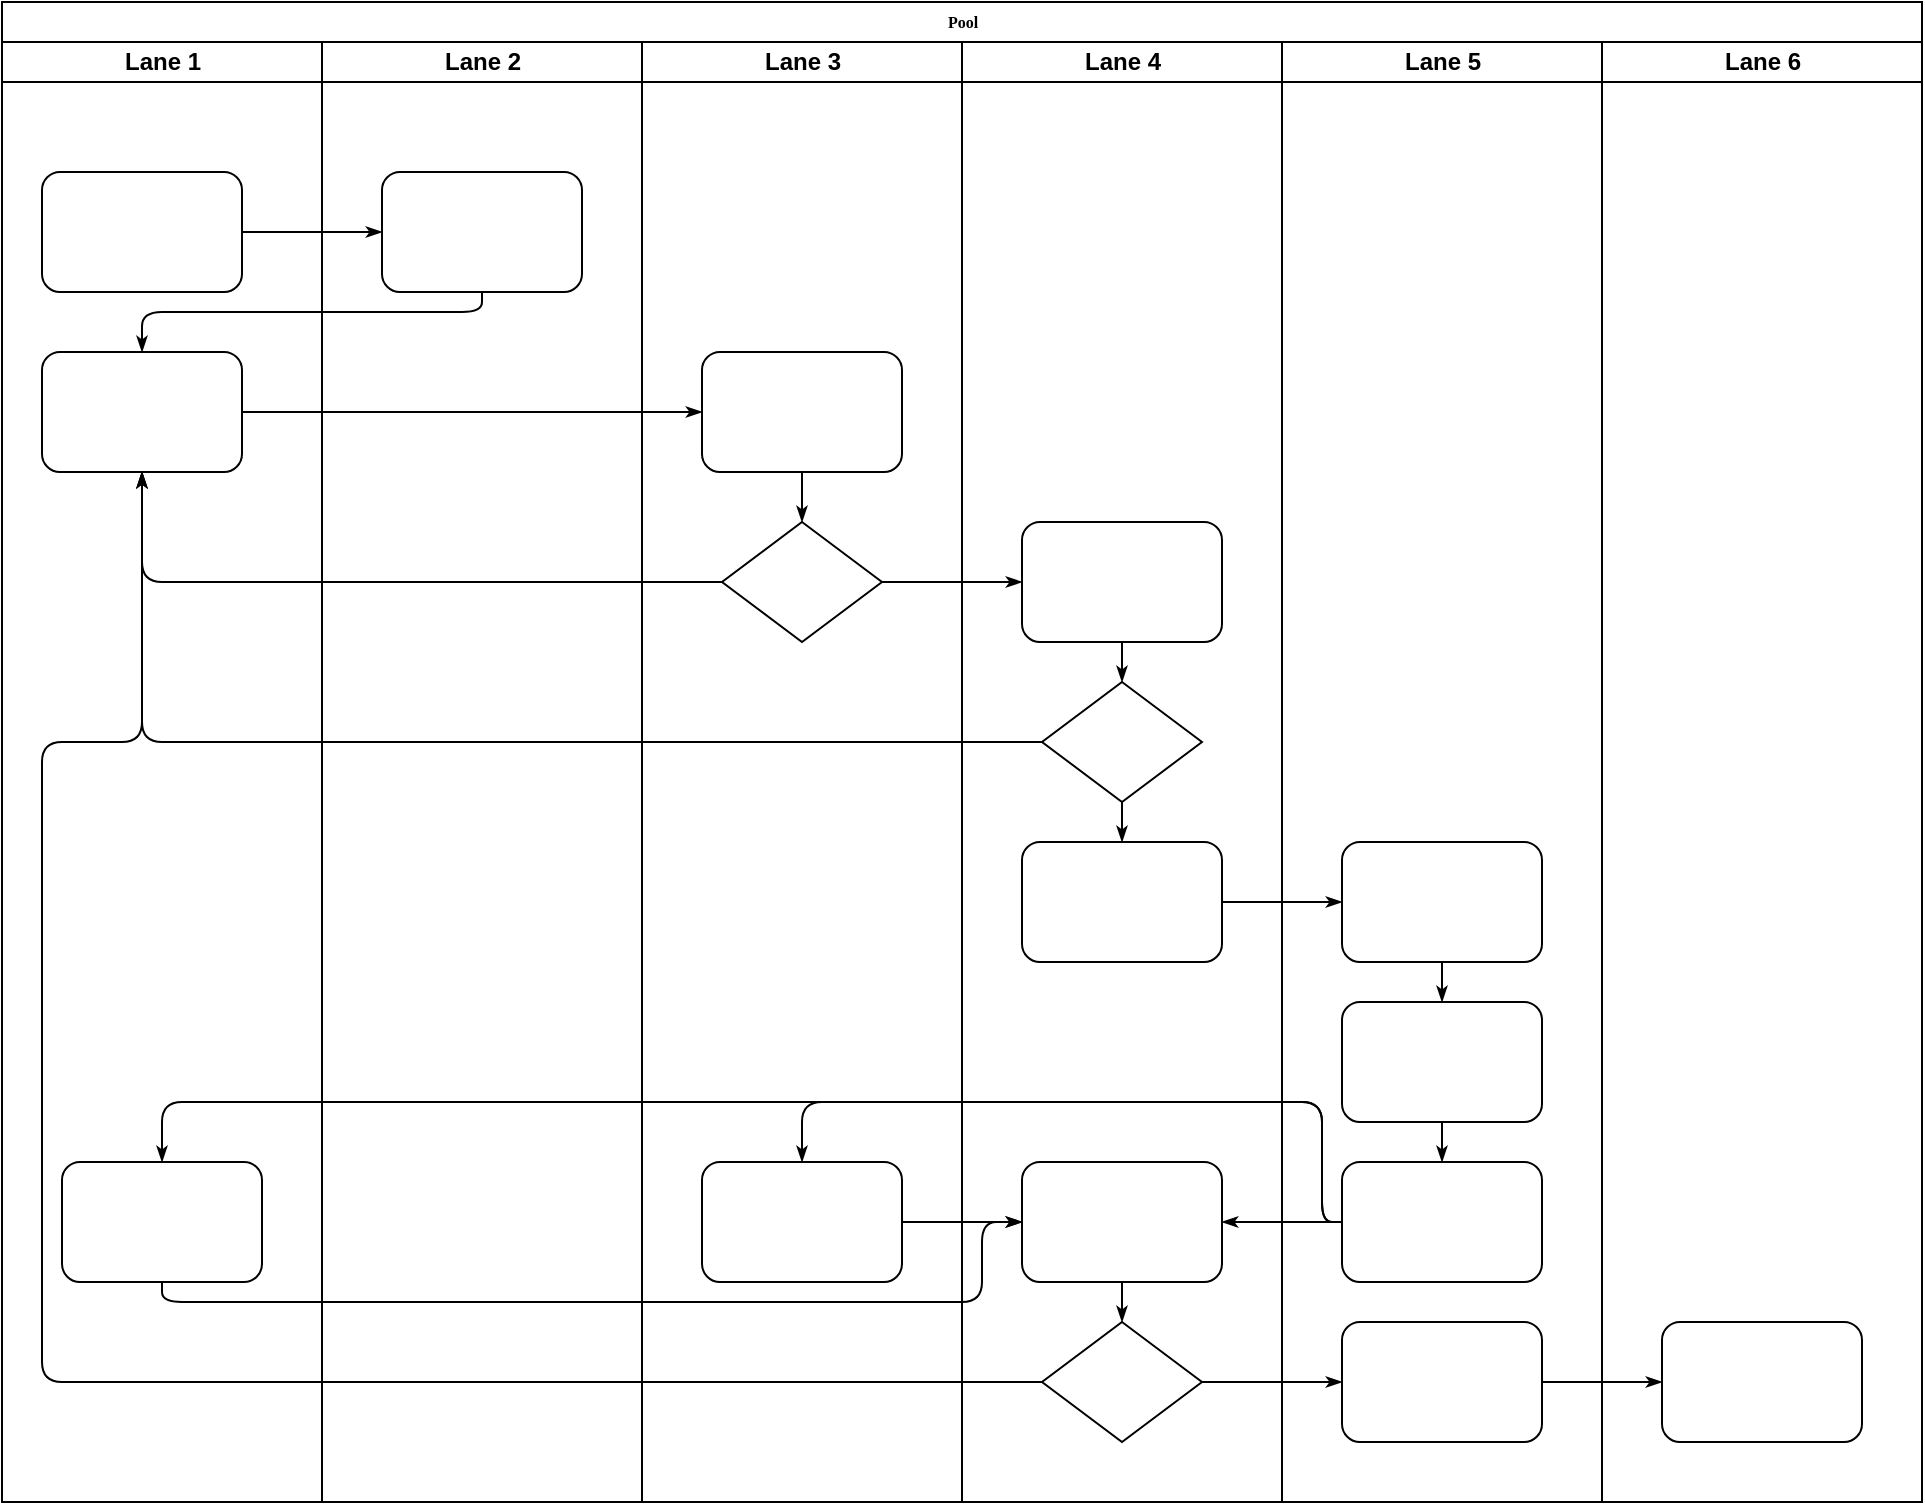
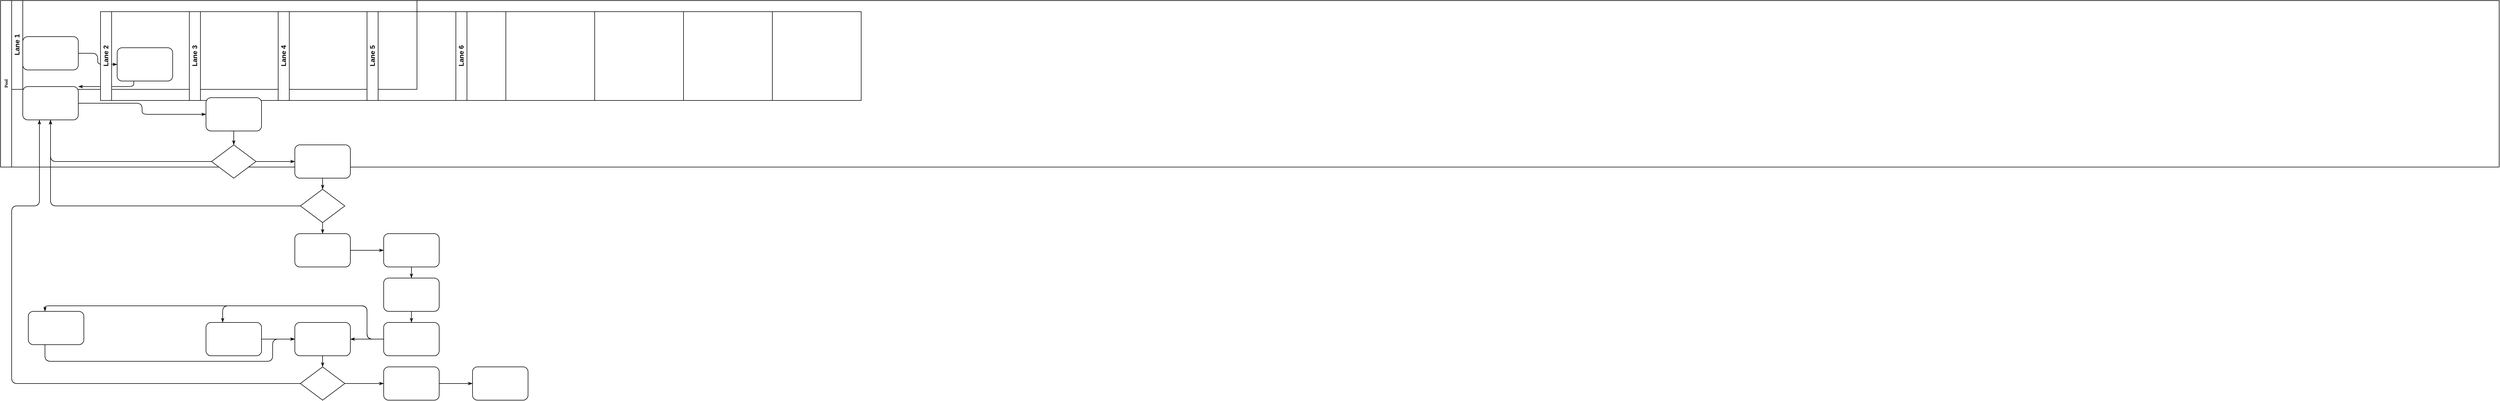
<mxfile host="localhost" modified="2021-05-13T06:26:17.307Z" agent="5.0 (Windows NT 10.0; Win64; x64) AppleWebKit/537.36 (KHTML, like Gecko) Chrome/90.0.4430.212 Safari/537.36" etag="BCXAXoKLO9oIDc7atNh_" version="@DRAWIO-VERSION@" type="device">
  <diagram name="Page-1" id="74e2e168-ea6b-b213-b513-2b3c1d86103e">
    <mxGraphModel dx="1408" dy="748" grid="1" gridSize="10" guides="1" tooltips="1" connect="1" arrows="1" fold="1" page="1" pageScale="1" pageWidth="1100" pageHeight="850" background="none" math="0" shadow="0">
      <root>
        <mxCell id="0" />
        <mxCell id="1" parent="0" />
-         <mxCell id="77e6c97f196da883-1" value="Pool" style="swimlane;html=1;childLayout=stackLayout;horizontal=1;startSize=20;horizontalStack=0;rounded=0;shadow=0;labelBackgroundColor=none;strokeWidth=1;fontFamily=Verdana;fontSize=8;align=center;" parent="1" vertex="1">
-           <mxGeometry x="70" y="40" width="960" height="750" as="geometry" />
+         <mxCell id="77e6c97f196da883-1" value="Pool" style="swimlane;html=1;childLayout=stackLayout;horizontal=0;startSize=20;horizontalStack=0;rounded=0;shadow=0;labelBackgroundColor=none;strokeWidth=1;fontFamily=Verdana;fontSize=8;align=center;" parent="1" vertex="1">
+           <mxGeometry x="40" y="40" width="4500" height="300" as="geometry" />
        </mxCell>
-         <mxCell id="77e6c97f196da883-2" value="Lane 1" style="swimlane;html=1;startSize=20;horizontal=1;" parent="77e6c97f196da883-1" vertex="1">
-           <mxGeometry y="20" width="160" height="730" as="geometry" />
+         <mxCell id="77e6c97f196da883-2" value="Lane 1" style="swimlane;html=1;startSize=20;horizontal=0;" parent="77e6c97f196da883-1" vertex="1">
+           <mxGeometry x="20" width="730" height="160" as="geometry" />
        </mxCell>
        <mxCell id="77e6c97f196da883-8" value="" style="rounded=1;whiteSpace=wrap;html=1;shadow=0;labelBackgroundColor=none;strokeWidth=1;fontFamily=Verdana;fontSize=8;align=center;" parent="77e6c97f196da883-2" vertex="1">
          <mxGeometry x="20" y="65" width="100" height="60" as="geometry" />
        </mxCell>
        <mxCell id="77e6c97f196da883-9" value="" style="rounded=1;whiteSpace=wrap;html=1;shadow=0;labelBackgroundColor=none;strokeWidth=1;fontFamily=Verdana;fontSize=8;align=center;" parent="77e6c97f196da883-2" vertex="1">
          <mxGeometry x="20" y="155" width="100" height="60" as="geometry" />
        </mxCell>
        <mxCell id="77e6c97f196da883-10" value="" style="rounded=1;whiteSpace=wrap;html=1;shadow=0;labelBackgroundColor=none;strokeWidth=1;fontFamily=Verdana;fontSize=8;align=center;" parent="77e6c97f196da883-2" vertex="1">
          <mxGeometry x="30" y="560" width="100" height="60" as="geometry" />
        </mxCell>
        <mxCell id="77e6c97f196da883-26" style="edgeStyle=orthogonalEdgeStyle;rounded=1;html=1;labelBackgroundColor=none;startArrow=none;startFill=0;startSize=5;endArrow=classicThin;endFill=1;endSize=5;jettySize=auto;orthogonalLoop=1;strokeWidth=1;fontFamily=Verdana;fontSize=8" parent="77e6c97f196da883-1" source="77e6c97f196da883-8" target="77e6c97f196da883-11" edge="1">
          <mxGeometry relative="1" as="geometry" />
        </mxCell>
        <mxCell id="77e6c97f196da883-27" style="edgeStyle=orthogonalEdgeStyle;rounded=1;html=1;labelBackgroundColor=none;startArrow=none;startFill=0;startSize=5;endArrow=classicThin;endFill=1;endSize=5;jettySize=auto;orthogonalLoop=1;strokeWidth=1;fontFamily=Verdana;fontSize=8" parent="77e6c97f196da883-1" source="77e6c97f196da883-11" target="77e6c97f196da883-9" edge="1">
          <mxGeometry relative="1" as="geometry">
            <Array as="points">
              <mxPoint x="240" y="155" />
              <mxPoint x="70" y="155" />
            </Array>
          </mxGeometry>
        </mxCell>
        <mxCell id="77e6c97f196da883-28" style="edgeStyle=orthogonalEdgeStyle;rounded=1;html=1;labelBackgroundColor=none;startArrow=none;startFill=0;startSize=5;endArrow=classicThin;endFill=1;endSize=5;jettySize=auto;orthogonalLoop=1;strokeWidth=1;fontFamily=Verdana;fontSize=8" parent="77e6c97f196da883-1" source="77e6c97f196da883-9" target="77e6c97f196da883-12" edge="1">
          <mxGeometry relative="1" as="geometry" />
        </mxCell>
        <mxCell id="77e6c97f196da883-30" style="edgeStyle=orthogonalEdgeStyle;rounded=1;html=1;labelBackgroundColor=none;startArrow=none;startFill=0;startSize=5;endArrow=classicThin;endFill=1;endSize=5;jettySize=auto;orthogonalLoop=1;strokeWidth=1;fontFamily=Verdana;fontSize=8" parent="77e6c97f196da883-1" source="77e6c97f196da883-13" target="77e6c97f196da883-9" edge="1">
          <mxGeometry relative="1" as="geometry" />
        </mxCell>
        <mxCell id="77e6c97f196da883-31" style="edgeStyle=orthogonalEdgeStyle;rounded=1;html=1;labelBackgroundColor=none;startArrow=none;startFill=0;startSize=5;endArrow=classicThin;endFill=1;endSize=5;jettySize=auto;orthogonalLoop=1;strokeWidth=1;fontFamily=Verdana;fontSize=8" parent="77e6c97f196da883-1" source="77e6c97f196da883-16" target="77e6c97f196da883-9" edge="1">
          <mxGeometry relative="1" as="geometry" />
        </mxCell>
        <mxCell id="77e6c97f196da883-32" style="edgeStyle=orthogonalEdgeStyle;rounded=1;html=1;labelBackgroundColor=none;startArrow=none;startFill=0;startSize=5;endArrow=classicThin;endFill=1;endSize=5;jettySize=auto;orthogonalLoop=1;strokeWidth=1;fontFamily=Verdana;fontSize=8" parent="77e6c97f196da883-1" source="77e6c97f196da883-20" target="77e6c97f196da883-9" edge="1">
          <mxGeometry relative="1" as="geometry">
            <Array as="points">
              <mxPoint x="20" y="690" />
              <mxPoint x="20" y="370" />
              <mxPoint x="70" y="370" />
            </Array>
          </mxGeometry>
        </mxCell>
        <mxCell id="77e6c97f196da883-33" style="edgeStyle=orthogonalEdgeStyle;rounded=1;html=1;labelBackgroundColor=none;startArrow=none;startFill=0;startSize=5;endArrow=classicThin;endFill=1;endSize=5;jettySize=auto;orthogonalLoop=1;strokeWidth=1;fontFamily=Verdana;fontSize=8" parent="77e6c97f196da883-1" source="77e6c97f196da883-13" target="77e6c97f196da883-15" edge="1">
          <mxGeometry relative="1" as="geometry" />
        </mxCell>
        <mxCell id="77e6c97f196da883-39" style="edgeStyle=orthogonalEdgeStyle;rounded=1;html=1;labelBackgroundColor=none;startArrow=none;startFill=0;startSize=5;endArrow=classicThin;endFill=1;endSize=5;jettySize=auto;orthogonalLoop=1;strokeWidth=1;fontFamily=Verdana;fontSize=8" parent="77e6c97f196da883-1" source="77e6c97f196da883-20" target="77e6c97f196da883-23" edge="1">
          <mxGeometry relative="1" as="geometry" />
        </mxCell>
        <mxCell id="77e6c97f196da883-40" style="edgeStyle=orthogonalEdgeStyle;rounded=1;html=1;labelBackgroundColor=none;startArrow=none;startFill=0;startSize=5;endArrow=classicThin;endFill=1;endSize=5;jettySize=auto;orthogonalLoop=1;strokeWidth=1;fontFamily=Verdana;fontSize=8" parent="77e6c97f196da883-1" source="77e6c97f196da883-23" target="77e6c97f196da883-24" edge="1">
          <mxGeometry relative="1" as="geometry" />
        </mxCell>
        <mxCell id="107ba76e4e335f99-1" style="edgeStyle=orthogonalEdgeStyle;rounded=1;html=1;labelBackgroundColor=none;startArrow=none;startFill=0;startSize=5;endArrow=classicThin;endFill=1;endSize=5;jettySize=auto;orthogonalLoop=1;strokeWidth=1;fontFamily=Verdana;fontSize=8" parent="77e6c97f196da883-1" source="77e6c97f196da883-17" target="77e6c97f196da883-18" edge="1">
          <mxGeometry relative="1" as="geometry" />
        </mxCell>
        <mxCell id="107ba76e4e335f99-2" style="edgeStyle=orthogonalEdgeStyle;rounded=1;html=1;labelBackgroundColor=none;startArrow=none;startFill=0;startSize=5;endArrow=classicThin;endFill=1;endSize=5;jettySize=auto;orthogonalLoop=1;strokeWidth=1;fontFamily=Verdana;fontSize=8" parent="77e6c97f196da883-1" source="77e6c97f196da883-22" target="77e6c97f196da883-14" edge="1">
          <mxGeometry relative="1" as="geometry">
            <Array as="points">
              <mxPoint x="660" y="610" />
              <mxPoint x="660" y="550" />
              <mxPoint x="400" y="550" />
            </Array>
          </mxGeometry>
        </mxCell>
        <mxCell id="107ba76e4e335f99-3" style="edgeStyle=orthogonalEdgeStyle;rounded=1;html=1;labelBackgroundColor=none;startArrow=none;startFill=0;startSize=5;endArrow=classicThin;endFill=1;endSize=5;jettySize=auto;orthogonalLoop=1;strokeColor=#000000;strokeWidth=1;fontFamily=Verdana;fontSize=8;fontColor=#000000;" parent="77e6c97f196da883-1" source="77e6c97f196da883-22" target="77e6c97f196da883-19" edge="1">
          <mxGeometry relative="1" as="geometry" />
        </mxCell>
        <mxCell id="107ba76e4e335f99-4" style="edgeStyle=orthogonalEdgeStyle;rounded=1;html=1;labelBackgroundColor=none;startArrow=none;startFill=0;startSize=5;endArrow=classicThin;endFill=1;endSize=5;jettySize=auto;orthogonalLoop=1;strokeWidth=1;fontFamily=Verdana;fontSize=8" parent="77e6c97f196da883-1" source="77e6c97f196da883-22" target="77e6c97f196da883-10" edge="1">
          <mxGeometry relative="1" as="geometry">
            <Array as="points">
              <mxPoint x="660" y="610" />
              <mxPoint x="660" y="550" />
              <mxPoint x="80" y="550" />
            </Array>
          </mxGeometry>
        </mxCell>
        <mxCell id="107ba76e4e335f99-5" style="edgeStyle=orthogonalEdgeStyle;rounded=1;html=1;labelBackgroundColor=none;startArrow=none;startFill=0;startSize=5;endArrow=classicThin;endFill=1;endSize=5;jettySize=auto;orthogonalLoop=1;strokeWidth=1;fontFamily=Verdana;fontSize=8" parent="77e6c97f196da883-1" source="77e6c97f196da883-10" target="77e6c97f196da883-19" edge="1">
          <mxGeometry relative="1" as="geometry">
            <Array as="points">
              <mxPoint x="80" y="650" />
              <mxPoint x="490" y="650" />
              <mxPoint x="490" y="610" />
            </Array>
          </mxGeometry>
        </mxCell>
        <mxCell id="107ba76e4e335f99-6" style="edgeStyle=orthogonalEdgeStyle;rounded=1;html=1;labelBackgroundColor=none;startArrow=none;startFill=0;startSize=5;endArrow=classicThin;endFill=1;endSize=5;jettySize=auto;orthogonalLoop=1;strokeWidth=1;fontFamily=Verdana;fontSize=8" parent="77e6c97f196da883-1" source="77e6c97f196da883-14" target="77e6c97f196da883-19" edge="1">
          <mxGeometry relative="1" as="geometry" />
        </mxCell>
-         <mxCell id="77e6c97f196da883-3" value="Lane 2" style="swimlane;html=1;startSize=20;horizontal=1;" parent="77e6c97f196da883-1" vertex="1">
-           <mxGeometry x="160" y="20" width="160" height="730" as="geometry" />
+         <mxCell id="77e6c97f196da883-3" value="Lane 2" style="swimlane;html=1;startSize=20;horizontal=0;" parent="77e6c97f196da883-1" vertex="1">
+           <mxGeometry x="180" y="20" width="730" height="160" as="geometry" />
        </mxCell>
        <mxCell id="77e6c97f196da883-11" value="" style="rounded=1;whiteSpace=wrap;html=1;shadow=0;labelBackgroundColor=none;strokeWidth=1;fontFamily=Verdana;fontSize=8;align=center;" parent="77e6c97f196da883-3" vertex="1">
          <mxGeometry x="30" y="65" width="100" height="60" as="geometry" />
        </mxCell>
-         <mxCell id="77e6c97f196da883-4" value="Lane 3" style="swimlane;html=1;startSize=20;horizontal=1;" parent="77e6c97f196da883-1" vertex="1">
-           <mxGeometry x="320" y="20" width="160" height="730" as="geometry" />
+         <mxCell id="77e6c97f196da883-4" value="Lane 3" style="swimlane;html=1;startSize=20;horizontal=0;" parent="77e6c97f196da883-1" vertex="1">
+           <mxGeometry x="340" y="20" width="730" height="160" as="geometry" />
        </mxCell>
        <mxCell id="77e6c97f196da883-12" value="" style="rounded=1;whiteSpace=wrap;html=1;shadow=0;labelBackgroundColor=none;strokeWidth=1;fontFamily=Verdana;fontSize=8;align=center;" parent="77e6c97f196da883-4" vertex="1">
          <mxGeometry x="30" y="155" width="100" height="60" as="geometry" />
        </mxCell>
        <mxCell id="77e6c97f196da883-13" value="" style="rhombus;whiteSpace=wrap;html=1;rounded=0;shadow=0;labelBackgroundColor=none;strokeWidth=1;fontFamily=Verdana;fontSize=8;align=center;" parent="77e6c97f196da883-4" vertex="1">
          <mxGeometry x="40" y="240" width="80" height="60" as="geometry" />
        </mxCell>
        <mxCell id="77e6c97f196da883-14" value="" style="rounded=1;whiteSpace=wrap;html=1;shadow=0;labelBackgroundColor=none;strokeWidth=1;fontFamily=Verdana;fontSize=8;align=center;" parent="77e6c97f196da883-4" vertex="1">
          <mxGeometry x="30" y="560" width="100" height="60" as="geometry" />
        </mxCell>
        <mxCell id="77e6c97f196da883-29" style="edgeStyle=orthogonalEdgeStyle;rounded=1;html=1;labelBackgroundColor=none;startArrow=none;startFill=0;startSize=5;endArrow=classicThin;endFill=1;endSize=5;jettySize=auto;orthogonalLoop=1;strokeWidth=1;fontFamily=Verdana;fontSize=8" parent="77e6c97f196da883-4" source="77e6c97f196da883-12" target="77e6c97f196da883-13" edge="1">
          <mxGeometry relative="1" as="geometry" />
        </mxCell>
-         <mxCell id="77e6c97f196da883-5" value="Lane 4" style="swimlane;html=1;startSize=20;horizontal=1;" parent="77e6c97f196da883-1" vertex="1">
-           <mxGeometry x="480" y="20" width="160" height="730" as="geometry" />
+         <mxCell id="77e6c97f196da883-5" value="Lane 4" style="swimlane;html=1;startSize=20;horizontal=0;" parent="77e6c97f196da883-1" vertex="1">
+           <mxGeometry x="500" y="20" width="730" height="160" as="geometry" />
        </mxCell>
        <mxCell id="77e6c97f196da883-15" value="" style="rounded=1;whiteSpace=wrap;html=1;shadow=0;labelBackgroundColor=none;strokeWidth=1;fontFamily=Verdana;fontSize=8;align=center;" parent="77e6c97f196da883-5" vertex="1">
          <mxGeometry x="30" y="240" width="100" height="60" as="geometry" />
        </mxCell>
        <mxCell id="77e6c97f196da883-16" value="" style="rhombus;whiteSpace=wrap;html=1;rounded=0;shadow=0;labelBackgroundColor=none;strokeWidth=1;fontFamily=Verdana;fontSize=8;align=center;" parent="77e6c97f196da883-5" vertex="1">
          <mxGeometry x="40" y="320" width="80" height="60" as="geometry" />
        </mxCell>
        <mxCell id="77e6c97f196da883-17" value="" style="rounded=1;whiteSpace=wrap;html=1;shadow=0;labelBackgroundColor=none;strokeWidth=1;fontFamily=Verdana;fontSize=8;align=center;" parent="77e6c97f196da883-5" vertex="1">
          <mxGeometry x="30" y="400" width="100" height="60" as="geometry" />
        </mxCell>
        <mxCell id="77e6c97f196da883-19" value="" style="rounded=1;whiteSpace=wrap;html=1;shadow=0;labelBackgroundColor=none;strokeWidth=1;fontFamily=Verdana;fontSize=8;align=center;" parent="77e6c97f196da883-5" vertex="1">
          <mxGeometry x="30" y="560" width="100" height="60" as="geometry" />
        </mxCell>
        <mxCell id="77e6c97f196da883-20" value="" style="rhombus;whiteSpace=wrap;html=1;rounded=0;shadow=0;labelBackgroundColor=none;strokeWidth=1;fontFamily=Verdana;fontSize=8;align=center;" parent="77e6c97f196da883-5" vertex="1">
          <mxGeometry x="40" y="640" width="80" height="60" as="geometry" />
        </mxCell>
        <mxCell id="77e6c97f196da883-34" style="edgeStyle=orthogonalEdgeStyle;rounded=1;html=1;labelBackgroundColor=none;startArrow=none;startFill=0;startSize=5;endArrow=classicThin;endFill=1;endSize=5;jettySize=auto;orthogonalLoop=1;strokeColor=#000000;strokeWidth=1;fontFamily=Verdana;fontSize=8;fontColor=#000000;" parent="77e6c97f196da883-5" source="77e6c97f196da883-15" target="77e6c97f196da883-16" edge="1">
          <mxGeometry relative="1" as="geometry" />
        </mxCell>
        <mxCell id="77e6c97f196da883-35" style="edgeStyle=orthogonalEdgeStyle;rounded=1;html=1;labelBackgroundColor=none;startArrow=none;startFill=0;startSize=5;endArrow=classicThin;endFill=1;endSize=5;jettySize=auto;orthogonalLoop=1;strokeWidth=1;fontFamily=Verdana;fontSize=8" parent="77e6c97f196da883-5" source="77e6c97f196da883-16" target="77e6c97f196da883-17" edge="1">
          <mxGeometry relative="1" as="geometry" />
        </mxCell>
        <mxCell id="77e6c97f196da883-36" style="edgeStyle=orthogonalEdgeStyle;rounded=1;html=1;labelBackgroundColor=none;startArrow=none;startFill=0;startSize=5;endArrow=classicThin;endFill=1;endSize=5;jettySize=auto;orthogonalLoop=1;strokeWidth=1;fontFamily=Verdana;fontSize=8" parent="77e6c97f196da883-5" source="77e6c97f196da883-19" target="77e6c97f196da883-20" edge="1">
          <mxGeometry relative="1" as="geometry" />
        </mxCell>
-         <mxCell id="77e6c97f196da883-6" value="Lane 5" style="swimlane;html=1;startSize=20;horizontal=1;" parent="77e6c97f196da883-1" vertex="1">
-           <mxGeometry x="640" y="20" width="160" height="730" as="geometry" />
+         <mxCell id="77e6c97f196da883-6" value="Lane 5" style="swimlane;html=1;startSize=20;horizontal=0;" parent="77e6c97f196da883-1" vertex="1">
+           <mxGeometry x="660" y="20" width="730" height="160" as="geometry" />
        </mxCell>
        <mxCell id="77e6c97f196da883-18" value="" style="rounded=1;whiteSpace=wrap;html=1;shadow=0;labelBackgroundColor=none;strokeWidth=1;fontFamily=Verdana;fontSize=8;align=center;" parent="77e6c97f196da883-6" vertex="1">
          <mxGeometry x="30" y="400" width="100" height="60" as="geometry" />
        </mxCell>
        <mxCell id="77e6c97f196da883-21" value="" style="rounded=1;whiteSpace=wrap;html=1;shadow=0;labelBackgroundColor=none;strokeWidth=1;fontFamily=Verdana;fontSize=8;align=center;" parent="77e6c97f196da883-6" vertex="1">
          <mxGeometry x="30" y="480" width="100" height="60" as="geometry" />
        </mxCell>
        <mxCell id="77e6c97f196da883-22" value="" style="rounded=1;whiteSpace=wrap;html=1;shadow=0;labelBackgroundColor=none;strokeWidth=1;fontFamily=Verdana;fontSize=8;align=center;" parent="77e6c97f196da883-6" vertex="1">
          <mxGeometry x="30" y="560" width="100" height="60" as="geometry" />
        </mxCell>
        <mxCell id="77e6c97f196da883-23" value="" style="rounded=1;whiteSpace=wrap;html=1;shadow=0;labelBackgroundColor=none;strokeWidth=1;fontFamily=Verdana;fontSize=8;align=center;" parent="77e6c97f196da883-6" vertex="1">
          <mxGeometry x="30" y="640" width="100" height="60" as="geometry" />
        </mxCell>
        <mxCell id="77e6c97f196da883-37" style="edgeStyle=orthogonalEdgeStyle;rounded=1;html=1;labelBackgroundColor=none;startArrow=none;startFill=0;startSize=5;endArrow=classicThin;endFill=1;endSize=5;jettySize=auto;orthogonalLoop=1;strokeWidth=1;fontFamily=Verdana;fontSize=8" parent="77e6c97f196da883-6" source="77e6c97f196da883-18" target="77e6c97f196da883-21" edge="1">
          <mxGeometry relative="1" as="geometry" />
        </mxCell>
        <mxCell id="77e6c97f196da883-38" style="edgeStyle=orthogonalEdgeStyle;rounded=1;html=1;labelBackgroundColor=none;startArrow=none;startFill=0;startSize=5;endArrow=classicThin;endFill=1;endSize=5;jettySize=auto;orthogonalLoop=1;strokeWidth=1;fontFamily=Verdana;fontSize=8" parent="77e6c97f196da883-6" source="77e6c97f196da883-21" target="77e6c97f196da883-22" edge="1">
          <mxGeometry relative="1" as="geometry" />
        </mxCell>
-         <mxCell id="77e6c97f196da883-7" value="Lane 6" style="swimlane;html=1;startSize=20;horizontal=1;" parent="77e6c97f196da883-1" vertex="1">
-           <mxGeometry x="800" y="20" width="160" height="730" as="geometry" />
+         <mxCell id="77e6c97f196da883-7" value="Lane 6" style="swimlane;html=1;startSize=20;horizontal=0;" parent="77e6c97f196da883-1" vertex="1">
+           <mxGeometry x="820" y="20" width="730" height="160" as="geometry" />
        </mxCell>
        <mxCell id="77e6c97f196da883-24" value="" style="rounded=1;whiteSpace=wrap;html=1;shadow=0;labelBackgroundColor=none;strokeWidth=1;fontFamily=Verdana;fontSize=8;align=center;" parent="77e6c97f196da883-7" vertex="1">
          <mxGeometry x="30" y="640" width="100" height="60" as="geometry" />
        </mxCell>
      </root>
    </mxGraphModel>
  </diagram>
</mxfile>
